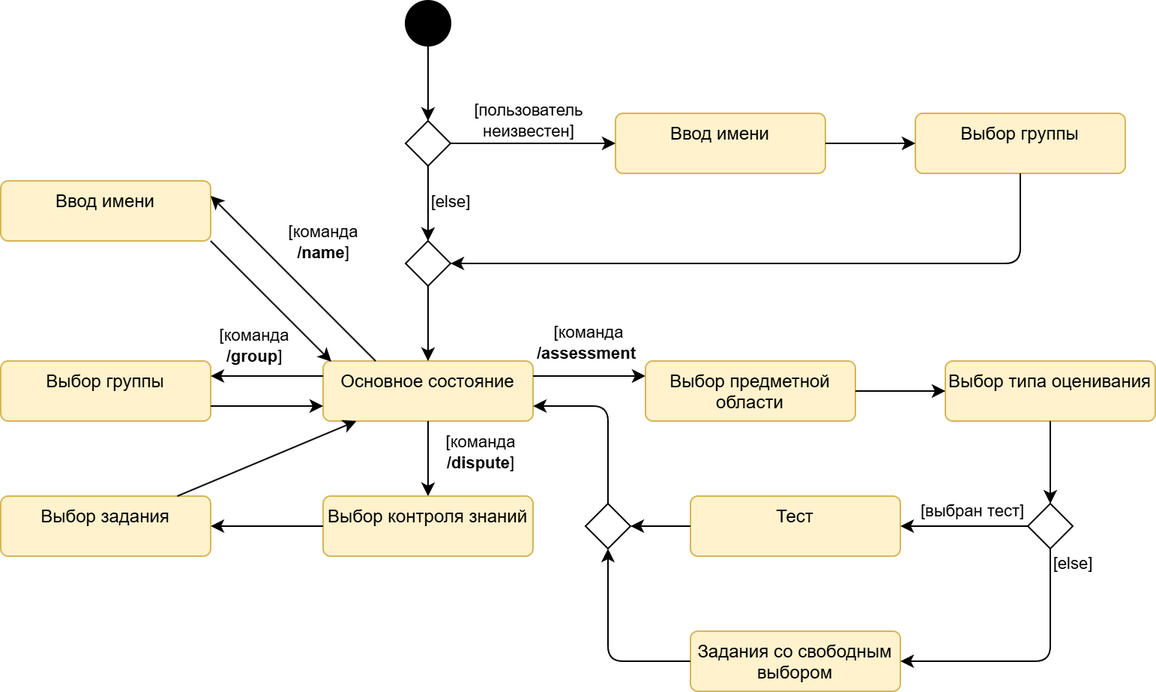
Above: docs/diagrams/state_machine.png in aVorotnikov/ontologer (draw.io), before the change. Source tidied: cells renumbered, new cells last; positions are measured from the earlier drawing's top-left corner, leaving out a move shared by most shapes.
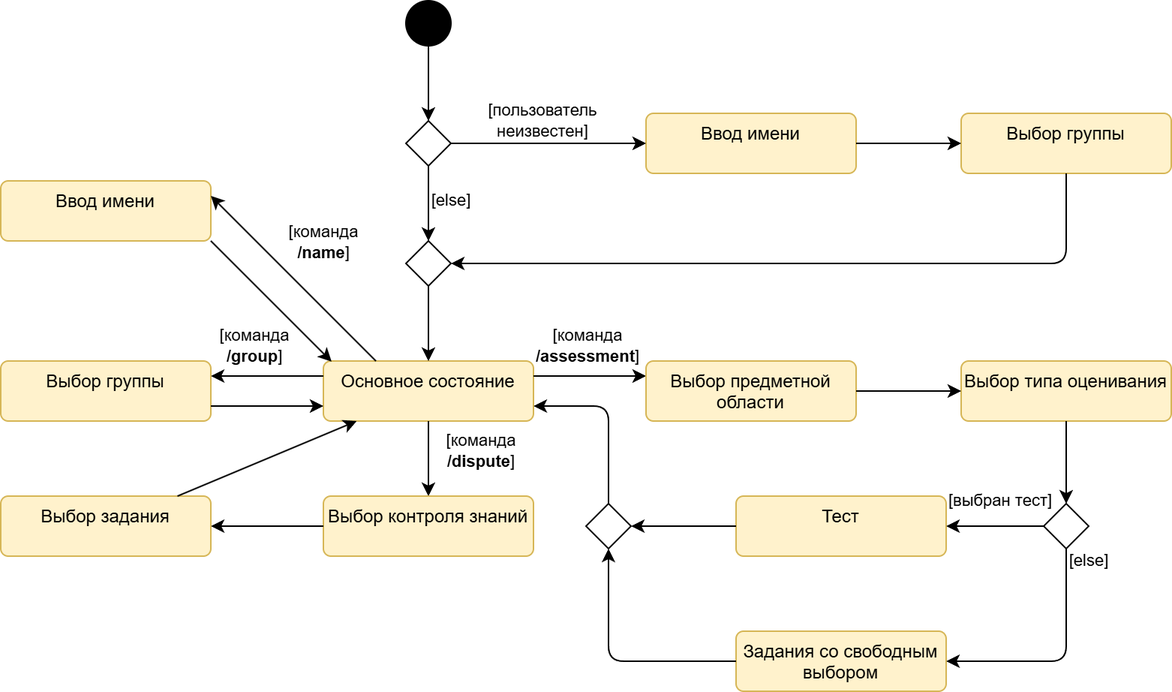
The same diagram one commit later.

Commit message:
Исправлена диаграмма автомата

Diff of the diagram source:
```diff
@@ -12,7 +12,7 @@
       <mxGeometry x="270" y="80" width="30" height="30" as="geometry" />
     </mxCell>
     <mxCell id="5" value="Ввод имени" style="html=1;align=center;verticalAlign=top;rounded=1;absoluteArcSize=1;arcSize=10;dashed=0;whiteSpace=wrap;fillColor=#fff2cc;strokeColor=#d6b656;" parent="1" vertex="1">
-      <mxGeometry x="410" y="75" width="140" height="40" as="geometry" />
+      <mxGeometry x="430" y="75" width="140" height="40" as="geometry" />
     </mxCell>
     <mxCell id="6" style="endArrow=classic;html=1;rounded=1;exitX=1;exitY=0.5;exitDx=0;exitDy=0;entryX=0;entryY=0.5;entryDx=0;entryDy=0;curved=0;" parent="1" edge="1" source="4" target="5">
       <mxGeometry relative="1" as="geometry" />
@@ -23,7 +23,7 @@
       </mxGeometry>
     </mxCell>
     <mxCell id="8" value="Выбор&amp;nbsp;группы" style="html=1;align=center;verticalAlign=top;rounded=1;absoluteArcSize=1;arcSize=10;dashed=0;whiteSpace=wrap;fillColor=#fff2cc;strokeColor=#d6b656;" parent="1" vertex="1">
-      <mxGeometry x="610" y="75" width="140" height="40" as="geometry" />
+      <mxGeometry x="640" y="75" width="140" height="40" as="geometry" />
     </mxCell>
     <mxCell id="9" style="endArrow=classic;html=1;rounded=1;exitX=1;exitY=0.5;exitDx=0;exitDy=0;entryX=0;entryY=0.5;entryDx=0;entryDy=0;curved=0;" parent="1" edge="1" source="5" target="8">
       <mxGeometry relative="1" as="geometry" />
@@ -37,7 +37,7 @@
     <mxCell id="12" style="endArrow=classic;html=1;rounded=1;exitX=0.5;exitY=1;exitDx=0;exitDy=0;entryX=1;entryY=0.5;entryDx=0;entryDy=0;curved=0;" parent="1" edge="1" source="8" target="15">
       <mxGeometry relative="1" as="geometry">
         <Array as="points">
-          <mxPoint x="680" y="175" />
+          <mxPoint x="710" y="175" />
         </Array>
       </mxGeometry>
     </mxCell>
@@ -55,9 +55,9 @@
     <mxCell id="16" style="endArrow=classic;html=1;rounded=1;exitX=1;exitY=0.25;exitDx=0;exitDy=0;curved=0;entryX=0;entryY=0.25;entryDx=0;entryDy=0;" parent="1" edge="1" source="10" target="31">
       <mxGeometry relative="1" as="geometry" />
     </mxCell>
-    <mxCell id="17" value="[команда&lt;div&gt;&lt;span style=&quot;background-color: light-dark(#ffffff, var(--ge-dark-color, #121212));&quot;&gt;&lt;b style=&quot;color: light-dark(rgb(0, 0, 0), rgb(255, 255, 255));&quot;&gt;/&lt;/b&gt;&lt;b&gt;assessment&lt;/b&gt;&lt;font color=&quot;rgba(0, 0, 0, 0)&quot;&gt;]&lt;/font&gt;&lt;/span&gt;&lt;/div&gt;" style="edgeLabel;html=1;align=center;verticalAlign=middle;" parent="16" vertex="1">
+    <mxCell id="17" value="[команда&lt;div&gt;&lt;span style=&quot;background-color: light-dark(#ffffff, var(--ge-dark-color, #121212));&quot;&gt;&lt;b style=&quot;color: light-dark(rgb(0, 0, 0), rgb(255, 255, 255));&quot;&gt;/&lt;/b&gt;&lt;b&gt;assessment&lt;/b&gt;]&lt;/span&gt;&lt;/div&gt;" style="edgeLabel;html=1;align=center;verticalAlign=middle;" parent="16" vertex="1">
       <mxGeometry x="-0.09" y="2" relative="1" as="geometry">
-        <mxPoint x="2" y="-20" as="offset" />
+        <mxPoint x="2" y="-18" as="offset" />
       </mxGeometry>
     </mxCell>
     <mxCell id="18" value="Выбор группы" style="html=1;align=center;verticalAlign=top;rounded=1;absoluteArcSize=1;arcSize=10;dashed=0;whiteSpace=wrap;fillColor=#fff2cc;strokeColor=#d6b656;" parent="1" vertex="1">
@@ -109,41 +109,41 @@
       <mxGeometry x="430" y="240" width="140" height="40" as="geometry" />
     </mxCell>
     <mxCell id="32" value="Выбор&amp;nbsp;типа оценивания" style="html=1;align=center;verticalAlign=top;rounded=1;absoluteArcSize=1;arcSize=10;dashed=0;whiteSpace=wrap;fillColor=#fff2cc;strokeColor=#d6b656;" parent="1" vertex="1">
-      <mxGeometry x="630" y="240" width="140" height="40" as="geometry" />
+      <mxGeometry x="640" y="240" width="140" height="40" as="geometry" />
     </mxCell>
     <mxCell id="33" style="endArrow=classic;html=1;rounded=1;exitX=1;exitY=0.5;exitDx=0;exitDy=0;curved=0;" parent="1" edge="1" source="31" target="32">
       <mxGeometry relative="1" as="geometry" />
     </mxCell>
     <mxCell id="34" style="rhombus;" parent="1" vertex="1">
-      <mxGeometry x="685" y="335" width="30" height="30" as="geometry" />
+      <mxGeometry x="695" y="335" width="30" height="30" as="geometry" />
     </mxCell>
     <mxCell id="35" style="endArrow=classic;html=1;rounded=1;exitX=0.5;exitY=1;exitDx=0;exitDy=0;entryX=0.5;entryY=0;entryDx=0;entryDy=0;curved=0;" parent="1" edge="1" source="32" target="34">
       <mxGeometry relative="1" as="geometry" />
     </mxCell>
     <mxCell id="36" value="Тест" style="html=1;align=center;verticalAlign=top;rounded=1;absoluteArcSize=1;arcSize=10;dashed=0;whiteSpace=wrap;fillColor=#fff2cc;strokeColor=#d6b656;" parent="1" vertex="1">
-      <mxGeometry x="460" y="330" width="140" height="40" as="geometry" />
+      <mxGeometry x="490" y="330" width="140" height="40" as="geometry" />
     </mxCell>
     <mxCell id="37" value="Задания со свободным выбором" style="html=1;align=center;verticalAlign=top;rounded=1;absoluteArcSize=1;arcSize=10;dashed=0;whiteSpace=wrap;fillColor=#fff2cc;strokeColor=#d6b656;" parent="1" vertex="1">
-      <mxGeometry x="460" y="420" width="140" height="40" as="geometry" />
+      <mxGeometry x="490" y="420" width="140" height="40" as="geometry" />
     </mxCell>
     <mxCell id="38" style="endArrow=classic;html=1;rounded=1;exitX=0;exitY=0.5;exitDx=0;exitDy=0;curved=0;" parent="1" edge="1" source="34" target="36">
       <mxGeometry relative="1" as="geometry" />
     </mxCell>
     <mxCell id="39" value="[выбран тест]" style="edgeLabel;html=1;align=center;verticalAlign=middle;" parent="38" vertex="1">
       <mxGeometry x="-0.11" y="-1" relative="1" as="geometry">
-        <mxPoint y="-9" as="offset" />
+        <mxPoint y="-16" as="offset" />
       </mxGeometry>
     </mxCell>
     <mxCell id="40" style="endArrow=classic;html=1;rounded=1;exitX=0.5;exitY=1;exitDx=0;exitDy=0;curved=0;" parent="1" edge="1" source="34" target="37">
       <mxGeometry relative="1" as="geometry">
         <Array as="points">
-          <mxPoint x="700" y="440" />
+          <mxPoint x="710" y="440" />
         </Array>
       </mxGeometry>
     </mxCell>
     <mxCell id="41" value="[else]" style="edgeLabel;html=1;align=center;verticalAlign=middle;" parent="40" vertex="1">
       <mxGeometry x="-0.67" y="1" relative="1" as="geometry">
-        <mxPoint x="14" y="-19" as="offset" />
+        <mxPoint x="14" y="-18" as="offset" />
       </mxGeometry>
     </mxCell>
     <mxCell id="42" style="rhombus;" parent="1" vertex="1">
```
